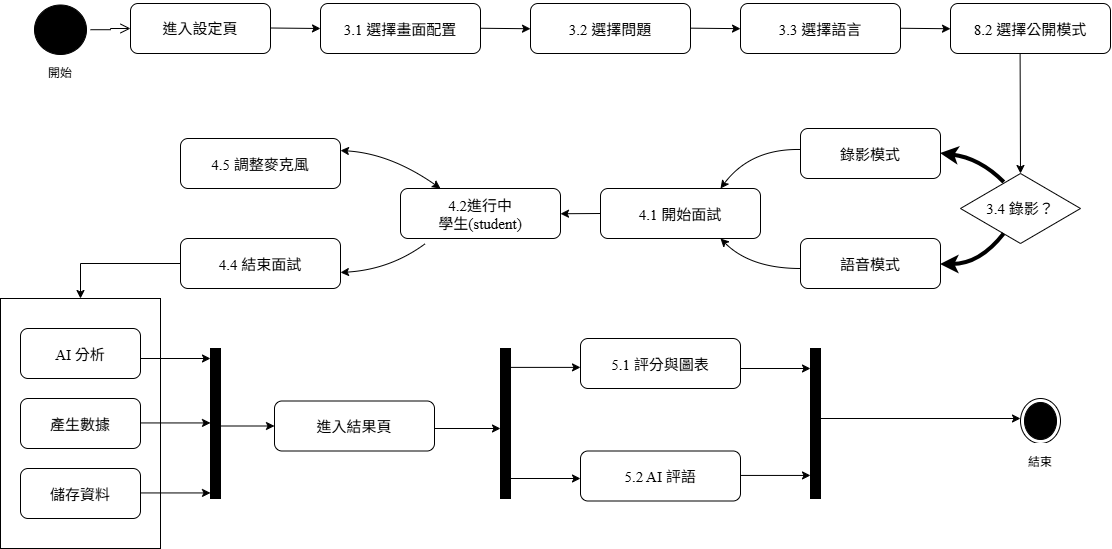
Before: 02.專題文件/各種架構流程圖/更新面試流程圖.drawio.png, a diagram exported from draw.io (1yidayo/Luminew). Source tidied: cells renumbered, new cells last; positions are measured from the earlier drawing's top-left corner, leaving out a move shared by most shapes.
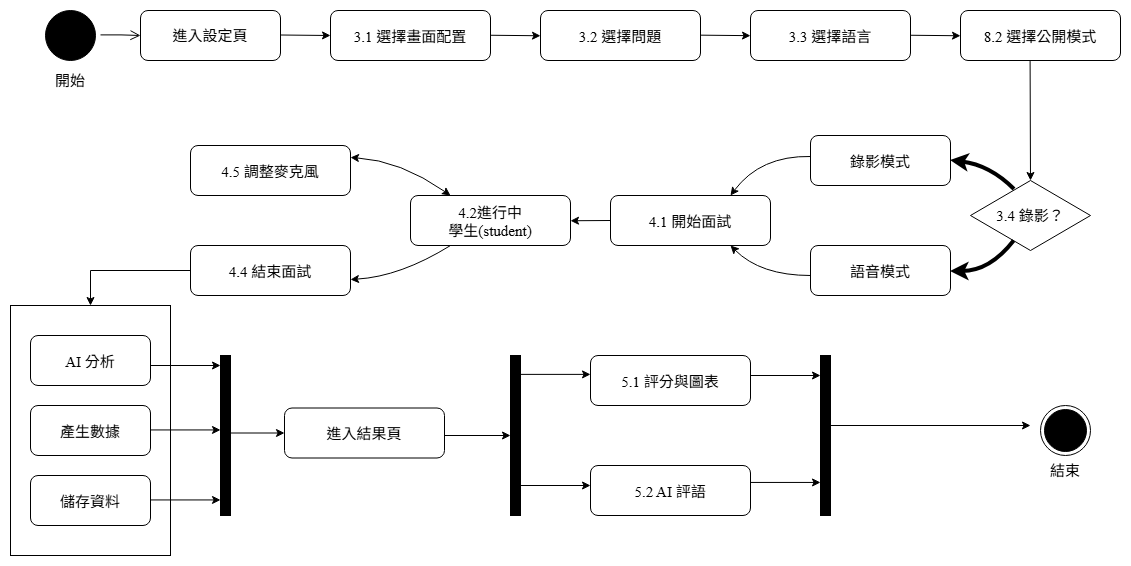
After the commit.

Change to the diagram source:
```diff
@@ -48,10 +48,10 @@
       <mxGeometry x="274" y="400.5" width="160" height="50" as="geometry" />
     </mxCell>
     <mxCell id="17" value="5.1 評分與圖表" style="rounded=1;fontFamily=Times New Roman;fontSize=15;fontColor=light-dark(#000000,#000000);strokeColor=light-dark(#000000,#000000);fillColor=light-dark(#FFFFFF,#FFFFFF);" parent="1" vertex="1">
-      <mxGeometry x="580" y="338" width="160" height="50" as="geometry" />
+      <mxGeometry x="580" y="348" width="160" height="50" as="geometry" />
     </mxCell>
     <mxCell id="18" value="5.2 AI 評語" style="rounded=1;fontFamily=Times New Roman;fontSize=15;fontColor=light-dark(#000000,#000000);strokeColor=light-dark(#000000,#000000);fillColor=light-dark(#FFFFFF,#FFFFFF);" parent="1" vertex="1">
-      <mxGeometry x="580" y="450.5" width="160" height="50" as="geometry" />
+      <mxGeometry x="580" y="458" width="160" height="50" as="geometry" />
     </mxCell>
     <mxCell id="19" value="8.2 選擇公開模式" style="rounded=1;fontFamily=Times New Roman;fontSize=15;fontColor=light-dark(#000000,#000000);strokeColor=light-dark(#000000,#000000);fillColor=light-dark(#FFFFFF,#FFFFFF);" parent="1" vertex="1">
       <mxGeometry x="950" y="3" width="160" height="50" as="geometry" />
@@ -83,8 +83,9 @@
     <mxCell id="24" style="endArrow=classic;html=1;rounded=0;entryX=0.5;entryY=0;entryDx=0;entryDy=0;exitX=0.435;exitY=1.011;exitDx=0;exitDy=0;exitPerimeter=0;fontColor=light-dark(#000000,#000000);strokeColor=light-dark(#000000,#000000);fillColor=light-dark(#FFFFFF,#FFFFFF);" parent="1" edge="1" source="19" target="7">
       <mxGeometry relative="1" as="geometry" />
     </mxCell>
-    <mxCell id="25" style="curved=1;endArrow=classic;html=1;rounded=0;entryX=1;entryY=0.5;entryDx=0;entryDy=0;exitX=0.365;exitY=0.129;exitDx=0;exitDy=0;exitPerimeter=0;strokeWidth=4;fontColor=light-dark(#000000,#000000);strokeColor=light-dark(#000000,#000000);fillColor=light-dark(#FFFFFF,#FFFFFF);" parent="1" edge="1" source="7" target="8">
+    <mxCell id="25" style="curved=1;endArrow=classic;html=1;rounded=0;entryX=1;entryY=0.5;entryDx=0;entryDy=0;strokeWidth=4;fontColor=light-dark(#000000,#000000);strokeColor=light-dark(#000000,#000000);fillColor=light-dark(#FFFFFF,#FFFFFF);" parent="1" edge="1" target="8">
       <mxGeometry relative="1" as="geometry">
+        <mxPoint x="1004" y="182" as="sourcePoint" />
         <Array as="points">
           <mxPoint x="980" y="158" />
         </Array>
@@ -128,10 +129,9 @@
         </Array>
       </mxGeometry>
     </mxCell>
-    <mxCell id="31" style="curved=1;endArrow=none;html=1;rounded=0;entryX=0;entryY=1;entryDx=0;entryDy=0;exitX=0;exitY=0;exitDx=0;exitDy=0;startArrow=classic;startFill=1;endFill=0;fontColor=light-dark(#000000,#000000);strokeColor=light-dark(#000000,#000000);fillColor=light-dark(#FFFFFF,#FFFFFF);" parent="1" edge="1">
+    <mxCell id="31" style="curved=1;endArrow=none;html=1;rounded=0;entryX=0.25;entryY=1;entryDx=0;entryDy=0;exitX=0;exitY=0;exitDx=0;exitDy=0;startArrow=classic;startFill=1;endFill=0;fontColor=light-dark(#000000,#000000);strokeColor=light-dark(#000000,#000000);fillColor=light-dark(#FFFFFF,#FFFFFF);" parent="1" edge="1" target="38">
       <mxGeometry relative="1" as="geometry">
         <mxPoint x="340" y="272" as="sourcePoint" />
-        <mxPoint x="425" y="243" as="targetPoint" />
         <Array as="points">
           <mxPoint x="390" y="269" />
         </Array>
@@ -144,21 +144,14 @@
         </Array>
       </mxGeometry>
     </mxCell>
-    <mxCell id="33" style="ellipse;html=1;shape=startState;fillColor=light-dark(#FFFFFF,#000000);strokeColor=light-dark(#000000,#000000);fontColor=light-dark(#000000,#000000);" parent="1" vertex="1">
-      <mxGeometry x="30" y="0.5" width="60" height="57.5" as="geometry" />
-    </mxCell>
-    <mxCell id="34" style="edgeStyle=orthogonalEdgeStyle;html=1;verticalAlign=bottom;endArrow=open;endSize=8;strokeColor=light-dark(#000000,#000000);rounded=0;entryX=0;entryY=0.5;entryDx=0;entryDy=0;fontColor=light-dark(#000000,#000000);fillColor=light-dark(#FFFFFF,#FFFFFF);" parent="1" edge="1" source="33" target="3">
-      <mxGeometry relative="1" as="geometry" />
+    <mxCell id="34" style="edgeStyle=orthogonalEdgeStyle;html=1;verticalAlign=bottom;endArrow=open;endSize=8;strokeColor=light-dark(#000000,#000000);rounded=0;entryX=0;entryY=0.5;entryDx=0;entryDy=0;fontColor=light-dark(#000000,#000000);fillColor=light-dark(#FFFFFF,#FFFFFF);" parent="1" edge="1" target="3">
+      <mxGeometry relative="1" as="geometry">
+        <mxPoint x="90" y="27.4" as="sourcePoint" />
+      </mxGeometry>
     </mxCell>
-    <mxCell id="35" style="ellipse;html=1;shape=endState;fillColor=light-dark(#FFFFFF,#000000);strokeColor=light-dark(#000000,#000000);fontColor=light-dark(#000000,#000000);" parent="1" vertex="1">
-      <mxGeometry x="1020" y="398" width="40" height="45" as="geometry" />
+    <mxCell id="35" style="ellipse;html=1;shape=endState;fillColor=light-dark(#000000,#000000);strokeColor=light-dark(#000000,#000000);fontColor=light-dark(#000000,#000000);" parent="1" vertex="1">
+      <mxGeometry x="1030" y="398" width="50" height="50" as="geometry" />
     </mxCell>
-    <mxCell id="36" style="edgeStyle=orthogonalEdgeStyle;rounded=0;jettySize=auto;html=1;fontColor=light-dark(#000000,#000000);fillColor=light-dark(#FFFFFF,#FFFFFF);" parent="1" edge="1" source="37" target="3">
-      <mxGeometry relative="1" as="geometry" />
-    </mxCell>
-    <mxCell id="37" value="&lt;font style=&quot;&quot;&gt;開始&lt;/font&gt;" style="text;html=1;whiteSpace=wrap;strokeColor=light-dark(#000000,#FFFFFF);fillColor=light-dark(#FFFFFF,#FFFFFF);align=center;verticalAlign=middle;rounded=0;fontColor=light-dark(#000000,#000000);" parent="1" vertex="1">
-      <mxGeometry x="30" y="58" width="60" height="30" as="geometry" />
-    </mxCell>
     <mxCell id="38" value="4.2進行中&#10;學生(student)" style="rounded=1;fontFamily=Times New Roman;fontSize=15;fontColor=light-dark(#000000,#000000);strokeColor=light-dark(#000000,#000000);fillColor=light-dark(#FFFFFF,#FFFFFF);" parent="1" vertex="1">
       <mxGeometry x="400" y="188" width="160" height="50" as="geometry" />
     </mxCell>
@@ -180,17 +173,14 @@
         <mxPoint x="210" y="492.4" as="targetPoint" />
       </mxGeometry>
     </mxCell>
-    <mxCell id="42" style="html=1;points=[[0,0,0,0,5],[0,1,0,0,-5],[1,0,0,0,5],[1,1,0,0,-5]];perimeter=orthogonalPerimeter;outlineConnect=0;targetShapes=umlLifeline;portConstraint=eastwest;newEdgeStyle={&quot;curved&quot;:0,&quot;rounded&quot;:0};fillColor=light-dark(#FFFFFF,#000000);fontColor=light-dark(#000000,#000000);strokeColor=light-dark(#000000,#000000);" parent="1" vertex="1">
-      <mxGeometry x="210" y="348" width="10" height="150" as="geometry" />
+    <mxCell id="42" style="html=1;points=[[0,0,0,0,5],[0,1,0,0,-5],[1,0,0,0,5],[1,1,0,0,-5]];perimeter=orthogonalPerimeter;outlineConnect=0;targetShapes=umlLifeline;portConstraint=eastwest;newEdgeStyle={&quot;curved&quot;:0,&quot;rounded&quot;:0};fillColor=light-dark(#000000,#000000);fontColor=light-dark(#000000,#000000);strokeColor=light-dark(#000000,#000000);" parent="1" vertex="1">
+      <mxGeometry x="210" y="348" width="10" height="160" as="geometry" />
     </mxCell>
-    <mxCell id="43" value="&lt;font style=&quot;&quot;&gt;結束&lt;/font&gt;" style="text;html=1;whiteSpace=wrap;strokeColor=light-dark(#000000,#FFFFFF);fillColor=light-dark(#FFFFFF,#FFFFFF);align=center;verticalAlign=middle;rounded=0;fontColor=light-dark(#000000,#000000);" parent="1" vertex="1">
-      <mxGeometry x="1005" y="443" width="70" height="37.5" as="geometry" />
-    </mxCell>
     <mxCell id="44" style="endArrow=classic;html=1;rounded=0;entryX=0;entryY=0.5;entryDx=0;entryDy=0;fontColor=light-dark(#000000,#000000);strokeColor=light-dark(#000000,#000000);fillColor=light-dark(#FFFFFF,#FFFFFF);" parent="1" edge="1" source="42" target="16">
       <mxGeometry relative="1" as="geometry" />
     </mxCell>
-    <mxCell id="45" style="html=1;points=[[0,0,0,0,5],[0,1,0,0,-5],[1,0,0,0,5],[1,1,0,0,-5]];perimeter=orthogonalPerimeter;outlineConnect=0;targetShapes=umlLifeline;portConstraint=eastwest;newEdgeStyle={&quot;curved&quot;:0,&quot;rounded&quot;:0};fillColor=light-dark(#FFFFFF,#000000);fontColor=light-dark(#000000,#000000);strokeColor=light-dark(#000000,#000000);" parent="1" vertex="1">
-      <mxGeometry x="500" y="348" width="10" height="150" as="geometry" />
+    <mxCell id="45" style="html=1;points=[[0,0,0,0,5],[0,1,0,0,-5],[1,0,0,0,5],[1,1,0,0,-5]];perimeter=orthogonalPerimeter;outlineConnect=0;targetShapes=umlLifeline;portConstraint=eastwest;newEdgeStyle={&quot;curved&quot;:0,&quot;rounded&quot;:0};fillColor=light-dark(#000000,#000000);fontColor=light-dark(#000000,#000000);strokeColor=light-dark(#000000,#000000);" parent="1" vertex="1">
+      <mxGeometry x="500" y="348" width="10" height="160" as="geometry" />
     </mxCell>
     <mxCell id="46" style="endArrow=classic;html=1;rounded=0;fontColor=light-dark(#000000,#000000);strokeColor=light-dark(#000000,#000000);fillColor=light-dark(#FFFFFF,#FFFFFF);" parent="1" edge="1" target="45">
       <mxGeometry relative="1" as="geometry">
@@ -209,8 +199,8 @@
         <mxPoint x="580" y="478" as="targetPoint" />
       </mxGeometry>
     </mxCell>
-    <mxCell id="49" style="html=1;perimeter=orthogonalPerimeter;targetShapes=umlLifeline;newEdgeStyle={&quot;curved&quot;:0,&quot;rounded&quot;:0};fillColor=light-dark(#FFFFFF,#000000);fontColor=light-dark(#000000,#000000);strokeColor=light-dark(#000000,#000000);" parent="1" vertex="1">
-      <mxGeometry x="810" y="348" width="10" height="150" as="geometry" />
+    <mxCell id="49" style="html=1;perimeter=orthogonalPerimeter;targetShapes=umlLifeline;newEdgeStyle={&quot;curved&quot;:0,&quot;rounded&quot;:0};fillColor=light-dark(#000000,#000000);fontColor=light-dark(#000000,#000000);strokeColor=light-dark(#000000,#000000);" parent="1" vertex="1">
+      <mxGeometry x="810" y="348" width="10" height="160" as="geometry" />
     </mxCell>
     <mxCell id="50" style="endArrow=classic;html=1;rounded=0;fontColor=light-dark(#000000,#000000);strokeColor=light-dark(#000000,#000000);fillColor=light-dark(#FFFFFF,#FFFFFF);" parent="1" edge="1">
       <mxGeometry relative="1" as="geometry">
@@ -230,5 +220,14 @@
         <mxPoint x="1020" y="418" as="targetPoint" />
       </mxGeometry>
     </mxCell>
+    <mxCell id="53" style="ellipse;whiteSpace=wrap;html=1;fillColor=#000000;" parent="1" vertex="1">
+      <mxGeometry x="35" y="3" width="50" height="50" as="geometry" />
+    </mxCell>
+    <mxCell id="43" value="結束" style="text;html=1;whiteSpace=wrap;strokeColor=none;fillColor=none;align=center;verticalAlign=middle;rounded=0;fontFamily=Times New Roman;fontSize=15;" parent="1" vertex="1">
+      <mxGeometry x="1025" y="448" width="60" height="30" as="geometry" />
+    </mxCell>
+    <mxCell id="37" value="開始" style="text;html=1;whiteSpace=wrap;strokeColor=none;fillColor=none;align=center;verticalAlign=middle;rounded=0;fontFamily=Times New Roman;fontSize=15;" parent="1" vertex="1">
+      <mxGeometry x="30" y="58" width="60" height="30" as="geometry" />
+    </mxCell>
   </root>
 </mxGraphModel>
```
